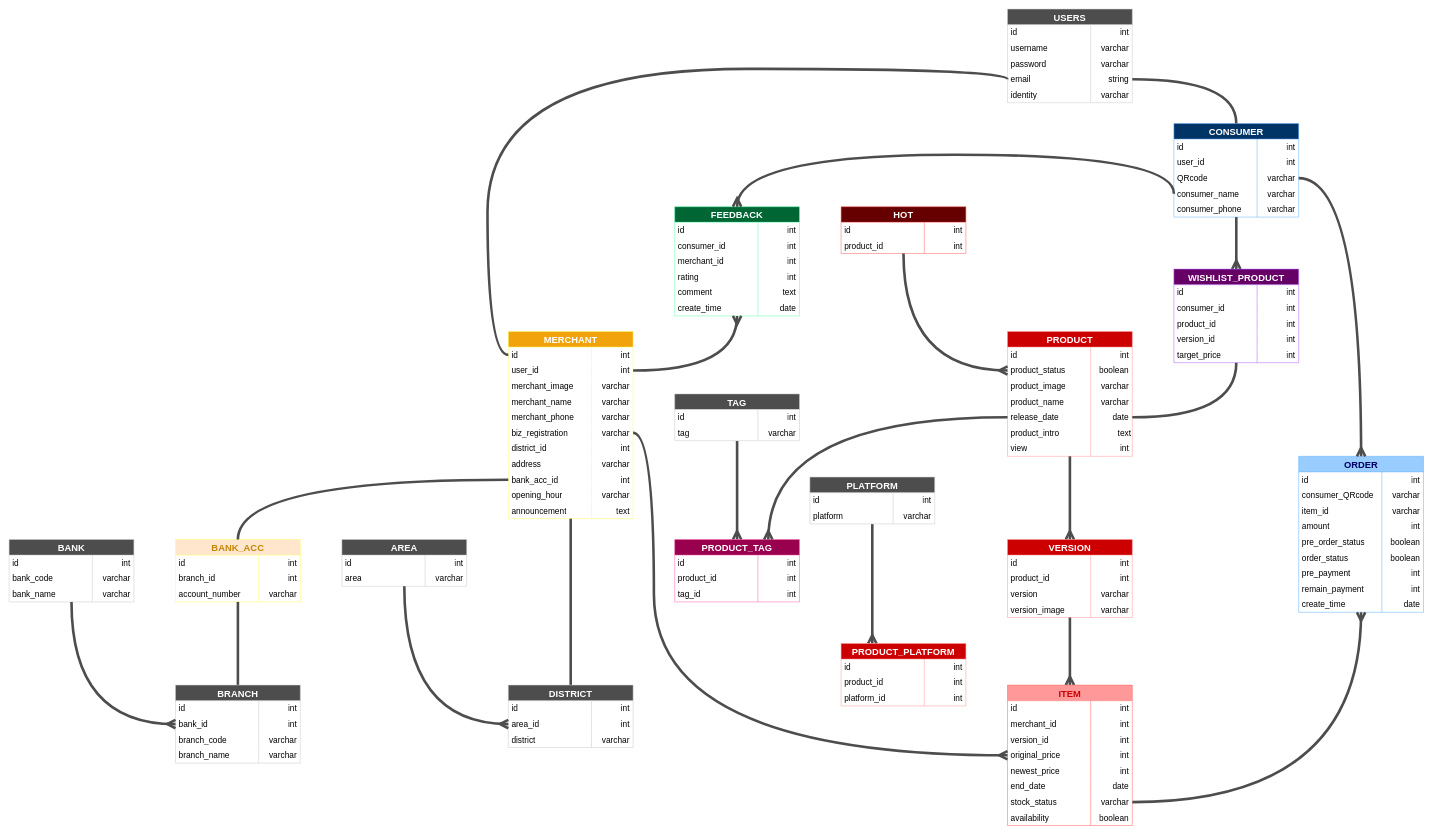
The draw.io diagram guideline/sql_diagram/erd.drawio in Wils0nLin/FRD-Project, before the edit. Source tidied: cells renumbered, new cells numbered last; positions are measured from the earlier drawing's top-left corner, leaving out a move shared by most shapes. Both pictures are drawn from the tidied source at 52%, with x=0, y=0 at pixel (9, 9).
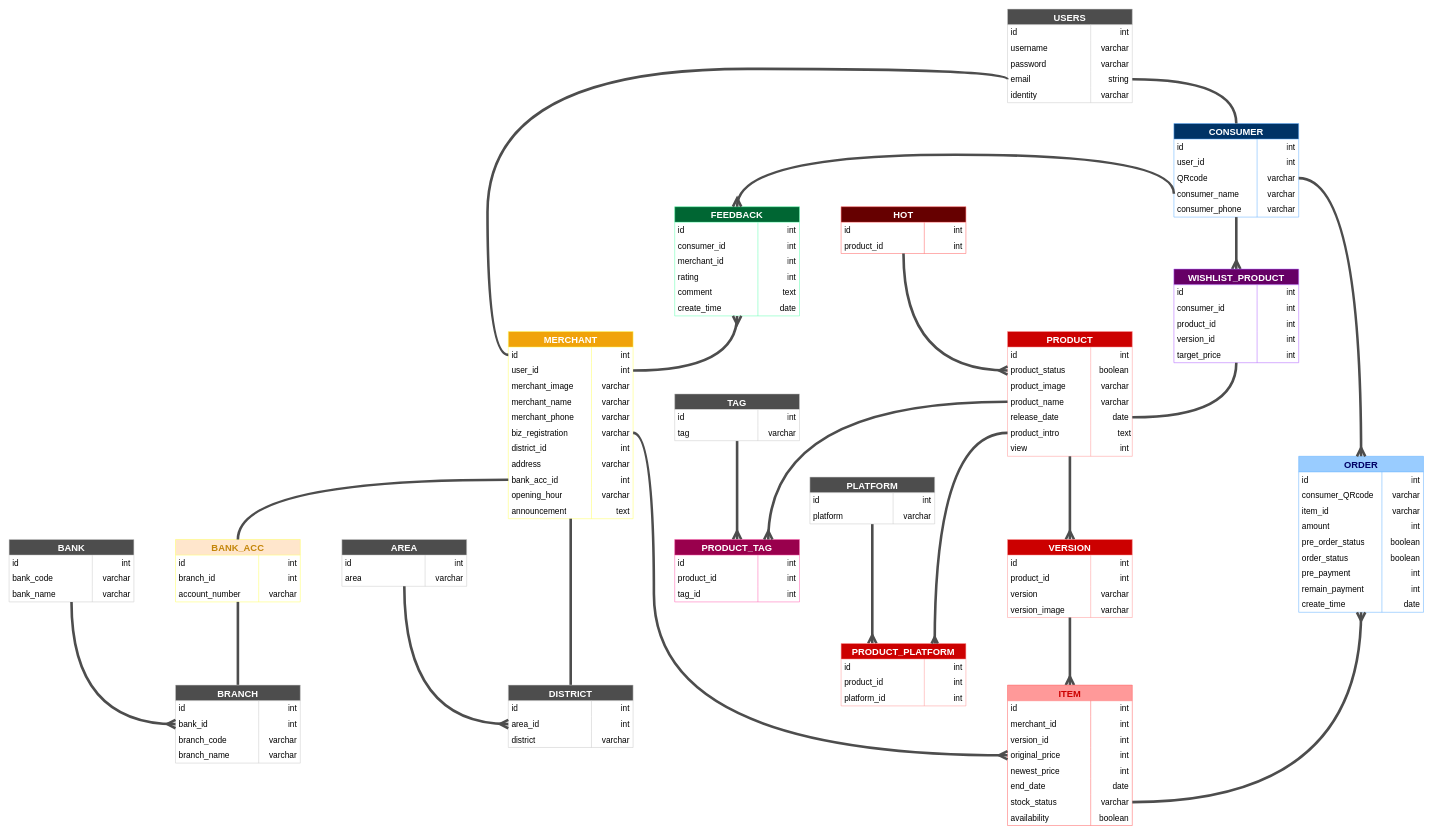
Above is the later version.

Unchanged cells that the change refers to:
```xml
<mxCell id="89" style="shape=tableRow;horizontal=0;startSize=0;swimlaneHead=0;swimlaneBody=0;top=0;left=0;bottom=0;right=0;fillColor=none;points=[[0,0.5],[1,0.5]];portConstraint=eastwest;" parent="79" vertex="1">
  <mxGeometry y="120" width="240" height="30" as="geometry" />
</mxCell>
<mxCell id="92" style="shape=tableRow;horizontal=0;startSize=0;swimlaneHead=0;swimlaneBody=0;top=0;left=0;bottom=0;right=0;fillColor=none;points=[[0,0.5],[1,0.5]];portConstraint=eastwest;" parent="79" vertex="1">
  <mxGeometry y="150" width="240" height="30" as="geometry" />
</mxCell>
<mxCell id="95" style="shape=tableRow;horizontal=0;startSize=0;swimlaneHead=0;swimlaneBody=0;top=0;left=0;bottom=0;right=0;fillColor=none;points=[[0,0.5],[1,0.5]];portConstraint=eastwest;" parent="79" vertex="1">
  <mxGeometry y="180" width="240" height="30" as="geometry" />
</mxCell>
<mxCell id="176" value="PRODUCT_PLATFORM" style="shape=table;startSize=30;childLayout=tableLayout;rowLines=0;fontStyle=1;fontSize=18;labelBackgroundColor=none;fillColor=#CC0000;fontColor=#ffffff;strokeColor=#FF9999;swimlaneFillColor=default;" parent="1" vertex="1">
  <mxGeometry x="1600" y="1220" width="240" height="120" as="geometry" />
</mxCell>
<mxCell id="187" value="PRODUCT_TAG" style="shape=table;startSize=30;childLayout=tableLayout;rowLines=0;fontStyle=1;fontSize=18;labelBackgroundColor=none;fillColor=#99004D;fontColor=#ffffff;strokeColor=#FF66B3;swimlaneFillColor=default;" parent="1" vertex="1">
  <mxGeometry x="1280" y="1020" width="240" height="120" as="geometry" />
</mxCell>
```

Diff of the diagram source:
```diff
@@
-    <mxCell id="288" style="edgeStyle=orthogonalEdgeStyle;curved=1;html=1;exitX=0;exitY=0.5;exitDx=0;exitDy=0;entryX=0.75;entryY=0;entryDx=0;entryDy=0;strokeColor=#4D4D4D;strokeWidth=5;fontSize=16;fontColor=#C4860A;startArrow=none;startFill=0;endArrow=ERmany;endFill=0;startSize=10;endSize=10;" parent="1" edge="1" source="92" target="187">
+    <mxCell id="288" style="edgeStyle=orthogonalEdgeStyle;curved=1;html=1;exitX=0;exitY=0.5;exitDx=0;exitDy=0;entryX=0.75;entryY=0;entryDx=0;entryDy=0;strokeColor=#4D4D4D;strokeWidth=5;fontSize=16;fontColor=#C4860A;startArrow=none;startFill=0;endArrow=ERmany;endFill=0;startSize=10;endSize=10;" parent="1" edge="1" source="89" target="187">
       <mxGeometry relative="1" as="geometry" />
     </mxCell>
@@
+    <mxCell id="303" style="edgeStyle=orthogonalEdgeStyle;curved=1;html=1;exitX=0;exitY=0.5;exitDx=0;exitDy=0;entryX=0.75;entryY=0;entryDx=0;entryDy=0;strokeColor=#4D4D4D;strokeWidth=5;endArrow=ERmany;endFill=0;" parent="1" edge="1" source="95" target="176">
+      <mxGeometry relative="1" as="geometry" />
+    </mxCell>
```
